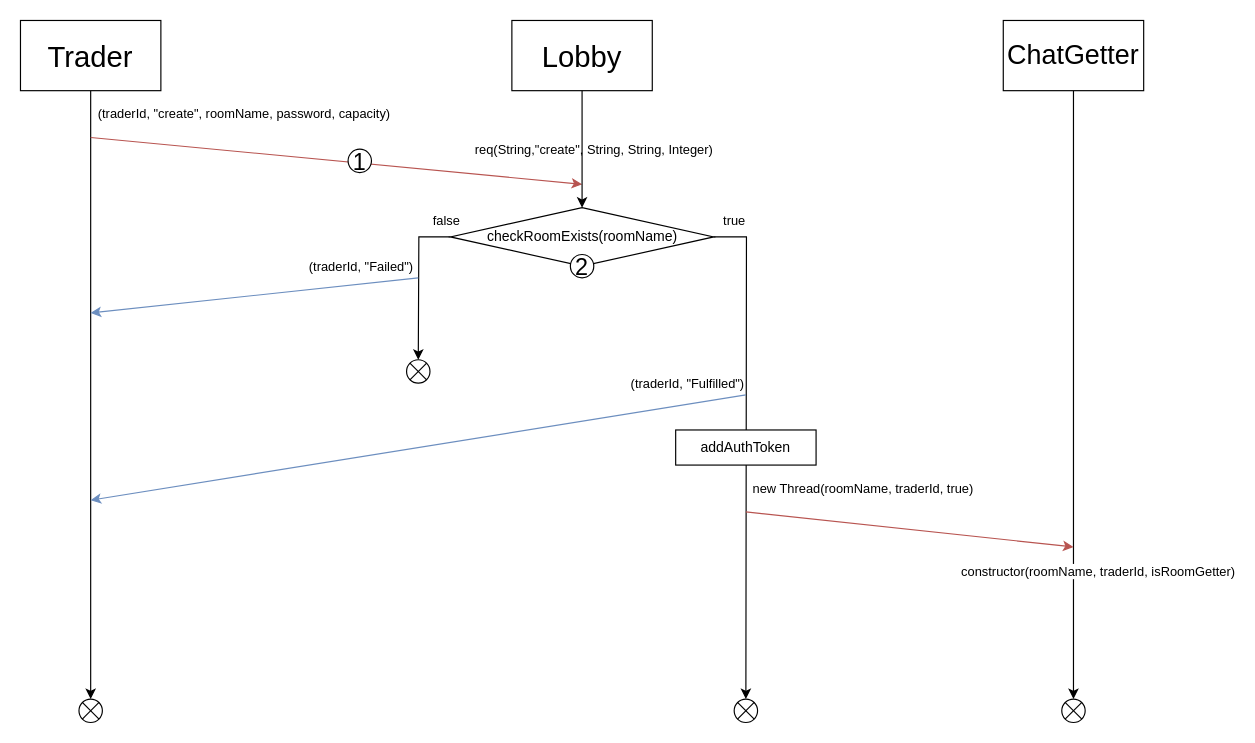
FrederikvSvane/PrototypeStockMarketSim keeps this draw.io diagram as ChatProtocol.drawio. Above is the earlier version. Source tidied: cells renumbered, new cells numbered last; positions are measured from the earlier drawing's top-left corner, leaving out a move shared by most shapes. Both pictures are drawn from the tidied source at 117%, with x=0, y=0 at pixel (20, 20).
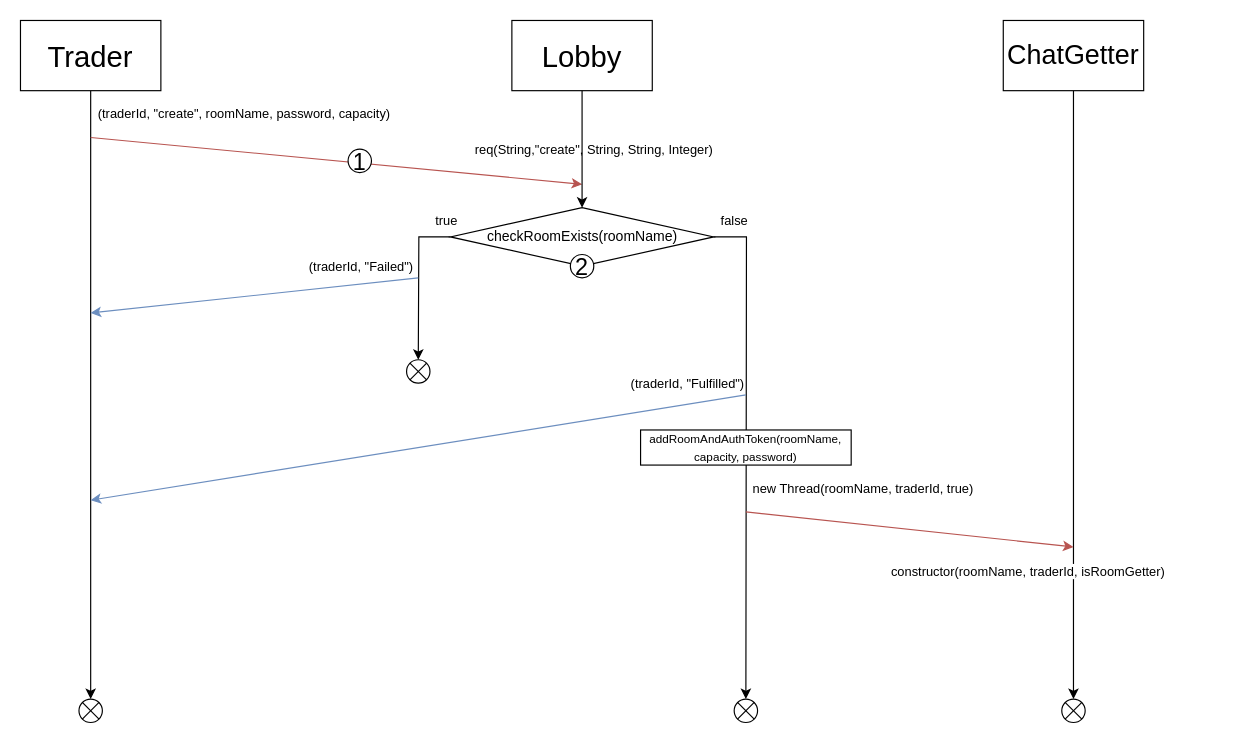
The same page after the edit.

Commit message (it also covers changes not shown here):
further refactorization

Unchanged cells that the change refers to:
```xml
<mxCell id="10" style="edgeStyle=orthogonalEdgeStyle;rounded=0;jettySize=auto;html=1;" parent="1" edge="1" source="14">
  <mxGeometry relative="1" as="geometry">
    <mxPoint x="340" y="290" as="targetPoint" />
  </mxGeometry>
</mxCell>
<mxCell id="12" style="edgeStyle=orthogonalEdgeStyle;rounded=0;jettySize=auto;html=1;" parent="1" edge="1" source="14">
  <mxGeometry relative="1" as="geometry">
    <mxPoint x="620" y="580" as="targetPoint" />
  </mxGeometry>
</mxCell>
<mxCell id="21" style="edgeStyle=orthogonalEdgeStyle;rounded=0;jettySize=auto;html=1;" parent="1" edge="1" source="23">
  <mxGeometry relative="1" as="geometry">
    <mxPoint x="900" y="580" as="targetPoint" />
  </mxGeometry>
</mxCell>
```

Change to the diagram source:
```diff
@@
-    <mxCell id="11" value="true" style="edgeLabel;html=1;align=center;verticalAlign=middle;" parent="10" vertex="1">
+    <mxCell id="11" value="false" style="edgeLabel;html=1;align=center;verticalAlign=middle;" parent="10" vertex="1">
       <mxGeometry x="-0.79" y="-1" relative="1" as="geometry">
         <mxPoint x="256" y="-14" as="offset" />
       </mxGeometry>
     </mxCell>
@@
-    <mxCell id="13" value="false" style="edgeLabel;html=1;align=center;verticalAlign=middle;" parent="12" vertex="1">
+    <mxCell id="13" value="true" style="edgeLabel;html=1;align=center;verticalAlign=middle;" parent="12" vertex="1">
       <mxGeometry x="-0.89" y="3" relative="1" as="geometry">
         <mxPoint x="-252" y="-12" as="offset" />
       </mxGeometry>
     </mxCell>
@@
     <mxCell id="22" value="constructor(roomName, traderId, isRoomGetter)" style="edgeLabel;html=1;align=center;verticalAlign=middle;" parent="21" vertex="1">
       <mxGeometry x="0.35" y="-2" relative="1" as="geometry">
-        <mxPoint x="22" y="60" as="offset" />
+        <mxPoint x="-38" y="60" as="offset" />
       </mxGeometry>
     </mxCell>
@@
-    <mxCell id="24" value="addAuthToken" style="rounded=0;whiteSpace=wrap;html=1;" parent="1" vertex="1">
-      <mxGeometry x="560" y="350" width="120" height="30" as="geometry" />
+    <mxCell id="24" value="&lt;font style=&quot;font-size: 10px;&quot;&gt;addRoomAndAuthToken(roomName, capacity, password)&lt;/font&gt;" style="rounded=0;whiteSpace=wrap;html=1;" parent="1" vertex="1">
+      <mxGeometry x="530" y="350" width="180" height="30" as="geometry" />
     </mxCell>
```
